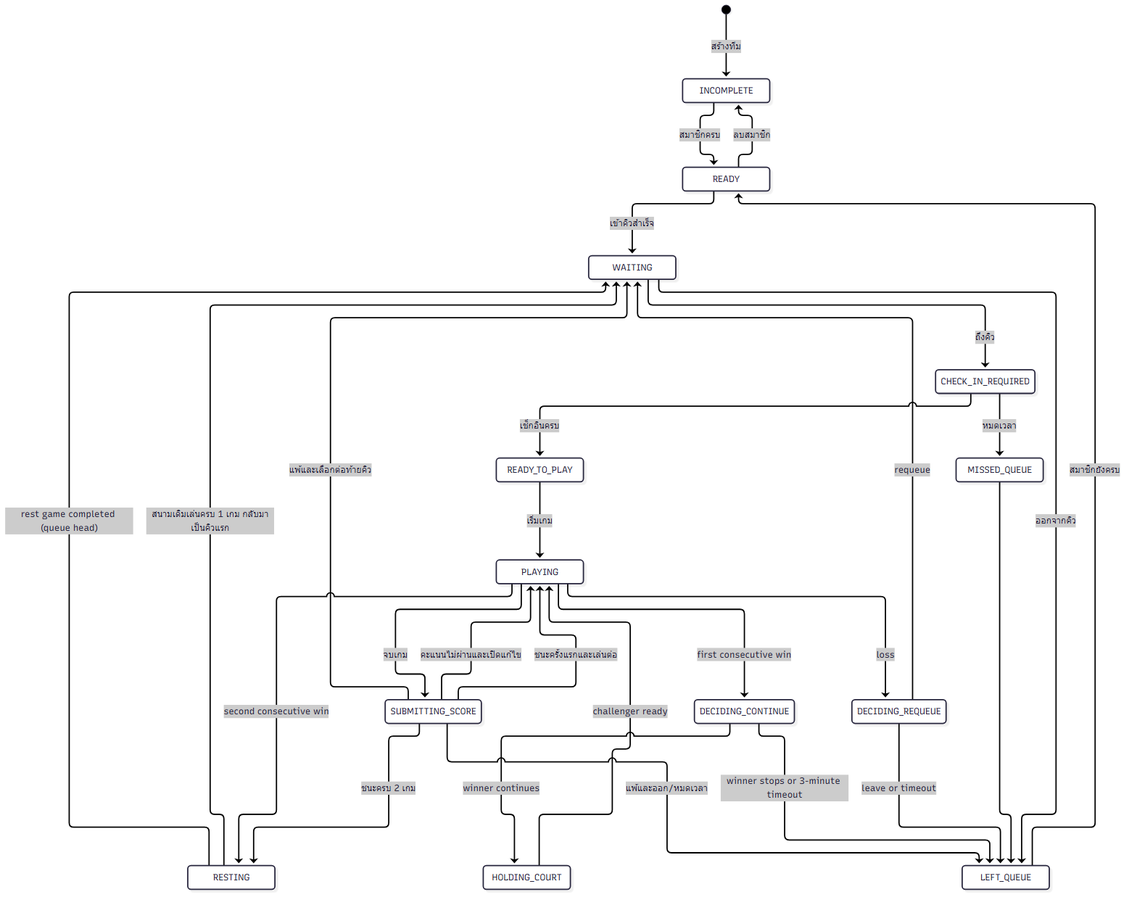
Earlier version of the Mermaid export docs/diagrams/rendered/team-state.png (Nokpednam/MeQ-web-app). Its source is kept beside it as docs/diagrams/team-state.mmd.
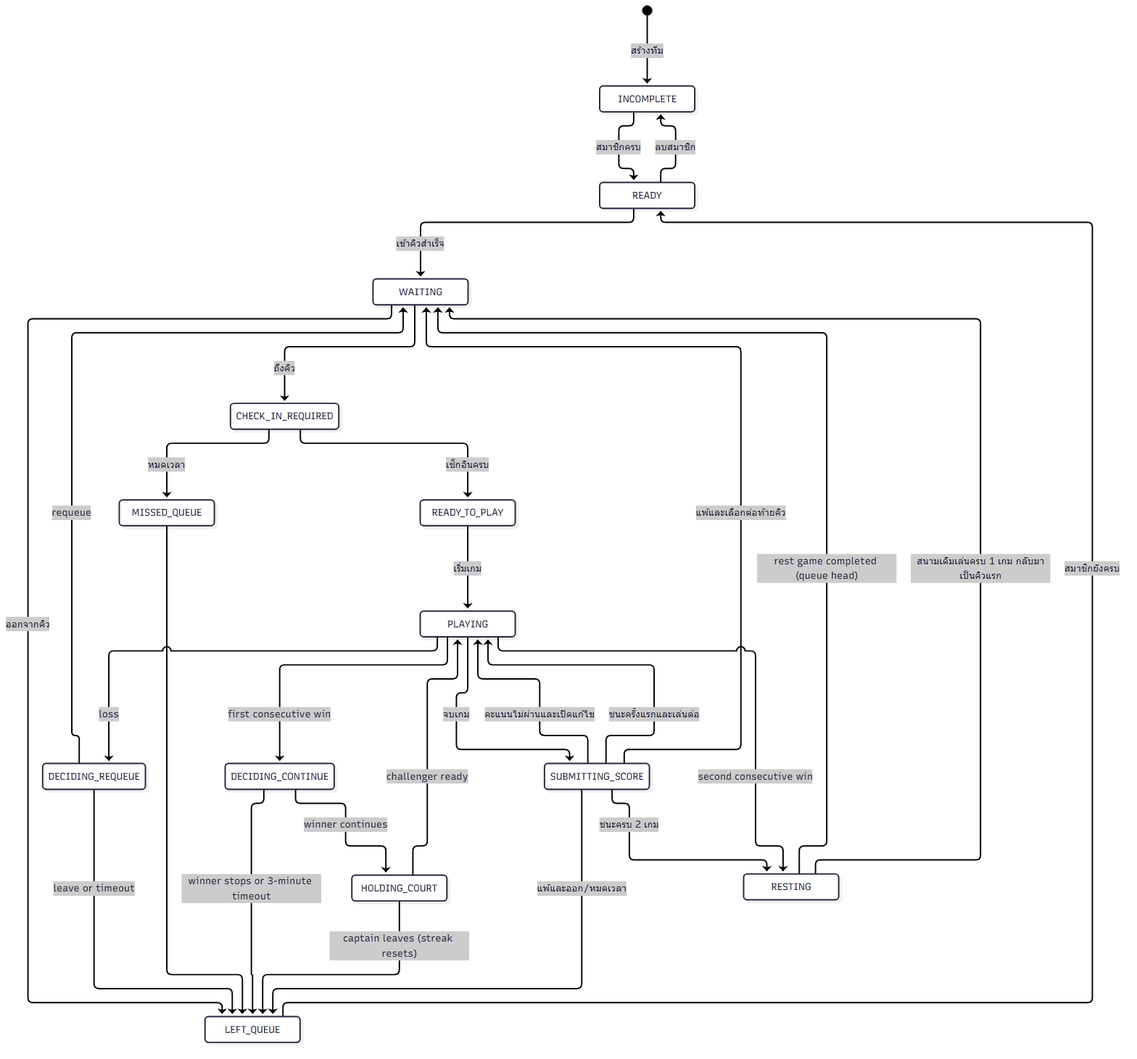
Later version of the same file.

Change to the diagram source:
```diff
@@ -3,6 +3,7 @@
   DECIDING_CONTINUE --> HOLDING_COURT: winner continues
   DECIDING_CONTINUE --> LEFT_QUEUE: winner stops or 3-minute timeout
   HOLDING_COURT --> PLAYING: challenger ready
+  HOLDING_COURT --> LEFT_QUEUE: captain leaves (streak resets)
   PLAYING --> RESTING: second consecutive win
   PLAYING --> DECIDING_REQUEUE: loss
   DECIDING_REQUEUE --> WAITING: requeue
```
